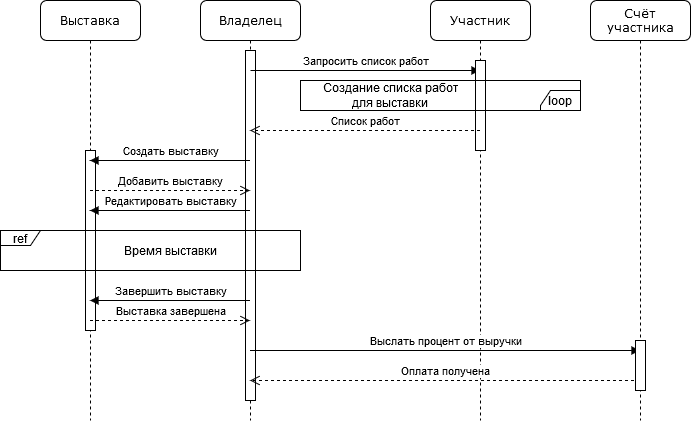
Before: diagrams/Организация выставки.png, a diagram exported from draw.io (MrSandman5/ApplicationArchitecture). Source tidied: cells renumbered, new cells last; positions are measured from the earlier drawing's top-left corner, leaving out a move shared by most shapes.
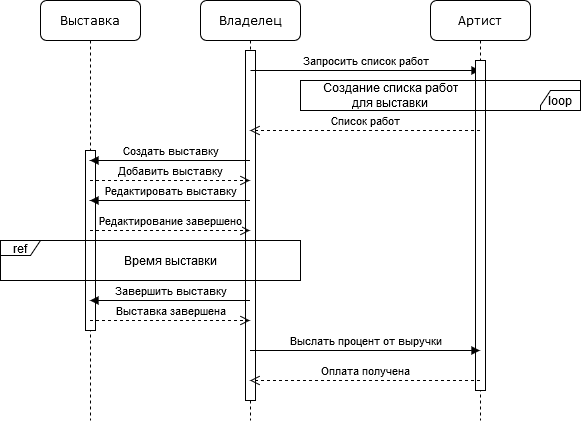
Later version of the same file.

What changed in the source:
```diff
@@ -13,11 +13,11 @@
         <mxPoint x="50" y="70" as="sourcePoint" />
       </mxGeometry>
     </mxCell>
-    <mxCell id="5" value="Участник" style="shape=umlLifeline;perimeter=lifelinePerimeter;whiteSpace=wrap;html=1;outlineConnect=0;rounded=1;shadow=0;comic=0;labelBackgroundColor=none;strokeWidth=1;fontFamily=Verdana;fontSize=12;align=center;" parent="1" vertex="1">
+    <mxCell id="5" value="Артист" style="shape=umlLifeline;perimeter=lifelinePerimeter;whiteSpace=wrap;html=1;outlineConnect=0;rounded=1;shadow=0;comic=0;labelBackgroundColor=none;strokeWidth=1;fontFamily=Verdana;fontSize=12;align=center;" parent="1" vertex="1">
       <mxGeometry x="430" width="100" height="420" as="geometry" />
     </mxCell>
     <mxCell id="6" style="html=1;perimeter=orthogonalPerimeter;" parent="5" vertex="1">
-      <mxGeometry x="45" y="60" width="10" height="90" as="geometry" />
+      <mxGeometry x="45" y="60" width="10" height="330" as="geometry" />
     </mxCell>
     <mxCell id="7" value="Выставка" style="shape=umlLifeline;perimeter=lifelinePerimeter;whiteSpace=wrap;html=1;outlineConnect=0;rounded=1;shadow=0;comic=0;labelBackgroundColor=none;strokeWidth=1;fontFamily=Verdana;fontSize=12;align=center;" parent="1" vertex="1">
       <mxGeometry x="40" width="100" height="420" as="geometry" />
@@ -42,14 +42,14 @@
     <mxCell id="11" value="Добавить выставку" style="html=1;verticalAlign=bottom;endArrow=open;dashed=1;endSize=8;" parent="1" edge="1" source="7" target="2">
       <mxGeometry relative="1" as="geometry">
         <Array as="points">
-          <mxPoint x="180" y="190" />
+          <mxPoint x="170" y="180" />
         </Array>
       </mxGeometry>
     </mxCell>
     <mxCell id="12" value="Редактировать выставку" style="html=1;verticalAlign=bottom;endArrow=block;" parent="1" edge="1" source="2" target="7">
       <mxGeometry relative="1" as="geometry">
         <Array as="points">
-          <mxPoint x="180" y="210" />
+          <mxPoint x="170" y="200" />
         </Array>
       </mxGeometry>
     </mxCell>
@@ -60,10 +60,11 @@
         </Array>
       </mxGeometry>
     </mxCell>
-    <mxCell id="14" value="Выслать процент от выручки" style="html=1;verticalAlign=bottom;endArrow=block;" parent="1" edge="1" source="2" target="21">
+    <mxCell id="14" value="Выслать процент от выручки" style="html=1;verticalAlign=bottom;endArrow=block;" parent="1" edge="1" source="2" target="5">
       <mxGeometry relative="1" as="geometry">
         <Array as="points">
           <mxPoint x="360" y="350" />
+          <mxPoint x="430" y="350" />
         </Array>
       </mxGeometry>
     </mxCell>
@@ -74,18 +75,18 @@
         </Array>
       </mxGeometry>
     </mxCell>
-    <mxCell id="16" value="Оплата получена" style="html=1;verticalAlign=bottom;endArrow=open;dashed=1;endSize=8;" parent="1" edge="1" source="21" target="2">
+    <mxCell id="16" value="Оплата получена" style="html=1;verticalAlign=bottom;endArrow=open;dashed=1;endSize=8;" parent="1" edge="1" source="5" target="2">
       <mxGeometry relative="1" as="geometry">
         <Array as="points">
-          <mxPoint x="460" y="380" />
+          <mxPoint x="360" y="380" />
         </Array>
       </mxGeometry>
     </mxCell>
     <mxCell id="17" value="ref" style="shape=umlFrame;whiteSpace=wrap;html=1;width=40;height=15;" parent="1" vertex="1">
-      <mxGeometry y="230" width="300" height="40" as="geometry" />
+      <mxGeometry y="240" width="300" height="40" as="geometry" />
     </mxCell>
     <mxCell id="18" value="Время выставки" style="text;html=1;strokeColor=none;fillColor=none;align=center;verticalAlign=middle;whiteSpace=wrap;rounded=0;" parent="1" vertex="1">
-      <mxGeometry x="120" y="230" width="100" height="40" as="geometry" />
+      <mxGeometry x="120" y="240" width="100" height="40" as="geometry" />
     </mxCell>
     <mxCell id="19" value="loop" style="shape=umlFrame;whiteSpace=wrap;html=1;direction=west;width=40;height=20;" parent="1" vertex="1">
       <mxGeometry x="300" y="80" width="280" height="30" as="geometry" />
@@ -93,11 +94,12 @@
     <mxCell id="20" value="Создание списка работ для выставки" style="text;html=1;strokeColor=none;fillColor=none;align=center;verticalAlign=middle;whiteSpace=wrap;rounded=0;" parent="1" vertex="1">
       <mxGeometry x="310" y="85" width="160" height="20" as="geometry" />
     </mxCell>
-    <mxCell id="21" value="Счёт участника" style="shape=umlLifeline;perimeter=lifelinePerimeter;whiteSpace=wrap;html=1;outlineConnect=0;rounded=1;shadow=0;comic=0;labelBackgroundColor=none;strokeWidth=1;fontFamily=Verdana;fontSize=12;align=center;" parent="1" vertex="1">
-      <mxGeometry x="590" width="100" height="420" as="geometry" />
-    </mxCell>
-    <mxCell id="22" style="html=1;perimeter=orthogonalPerimeter;" parent="21" vertex="1">
-      <mxGeometry x="45" y="340" width="10" height="50" as="geometry" />
-    </mxCell>
+    <mxCell id="23" value="&lt;div&gt;Редактирование завершено&lt;/div&gt;" style="html=1;verticalAlign=bottom;endArrow=open;dashed=1;endSize=8;" parent="1" edge="1" source="7" target="2">
+      <mxGeometry relative="1" as="geometry">
+        <Array as="points">
+          <mxPoint x="170" y="230" />
+        </Array>
+      </mxGeometry>
+    </mxCell>
   </root>
 </mxGraphModel>
```
